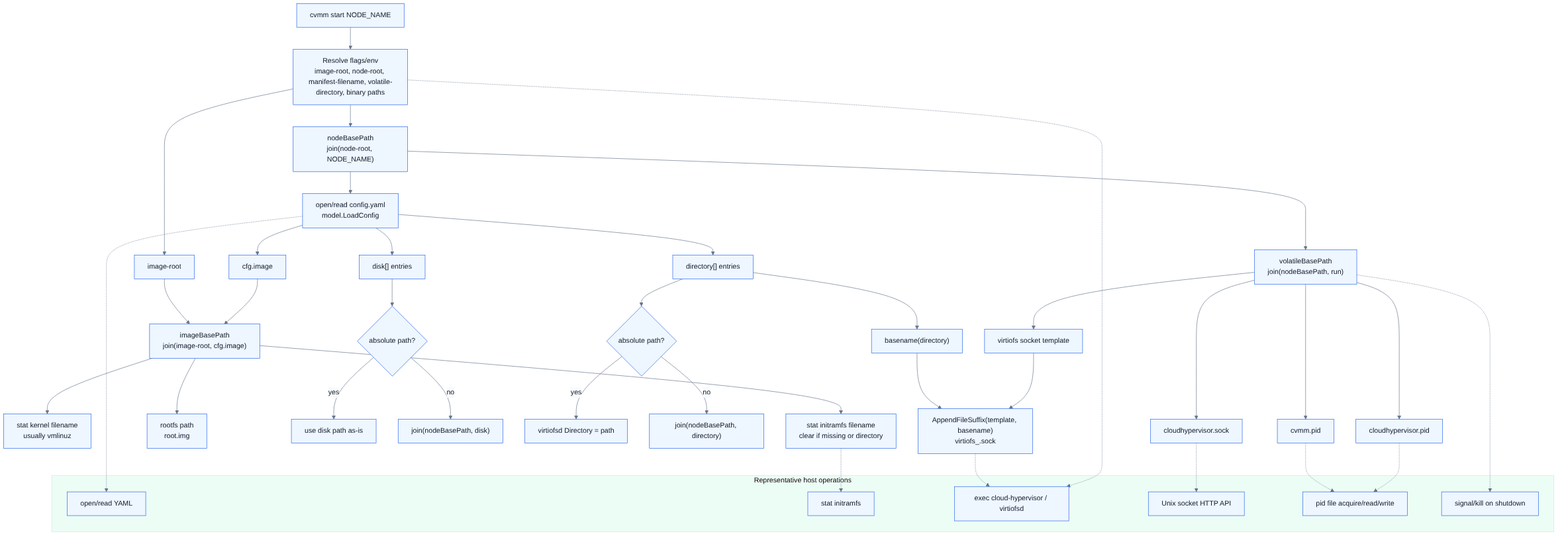
Earlier version of the Mermaid export docs/diagrams/path-resolution.png (spi-ca/cvmm). Its source is kept beside it as docs/diagrams/path-resolution.mmd. The source it was exported from:
```mermaid
flowchart TD
    start["cvmm start NODE_NAME"] --> flags["Resolve flags/env\nimage-root, node-root, manifest-filename, volatile-directory, binary paths"]

    flags --> nodeBase["nodeBasePath\njoin(node-root, NODE_NAME)"]
    nodeBase --> manifest["open/read config.yaml\nmodel.LoadConfig"]
    nodeBase --> runDir["volatileBasePath\njoin(nodeBasePath, run)"]

    flags --> imageRoot["image-root"]
    manifest --> imageName["cfg.image"]
    imageRoot --> imageBase["imageBasePath\njoin(image-root, cfg.image)"]
    imageName --> imageBase

    imageBase --> statKernel["stat kernel filename\nusually vmlinuz"]
    imageBase --> statInitrd["stat initramfs filename\nclear if missing or directory"]
    imageBase --> rootfs["rootfs path\nroot.img"]

    manifest --> disks["disk[] entries"]
    disks --> diskRel{"absolute path?"}
    diskRel -- yes --> diskAbs["use disk path as-is"]
    diskRel -- no --> diskNode["join(nodeBasePath, disk)"]

    manifest --> shares["directory[] entries"]
    shares --> shareRel{"absolute path?"}
    shareRel -- yes --> shareAbs["virtiofsd Directory = path"]
    shareRel -- no --> shareNode["join(nodeBasePath, directory)"]
    shares --> basename["basename(directory)"]

    runDir --> pid["cvmm.pid"]
    runDir --> chPid["cloudhypervisor.pid"]
    runDir --> apiSock["cloudhypervisor.sock"]
    runDir --> vfsTemplate["virtiofs socket template"]
    basename --> vfsSock["AppendFileSuffix(template, basename)\nvirtiofs_<name>.sock"]
    vfsTemplate --> vfsSock

    subgraph syscalls["Representative host operations"]
        open["open/read YAML"]
        stat["stat initramfs"]
        exec["exec cloud-hypervisor / virtiofsd"]
        unixSock["Unix socket HTTP API"]
        pidfile["pid file acquire/read/write"]
        signal["signal/kill on shutdown"]
    end

    manifest -.-> open
    statInitrd -.-> stat
    apiSock -.-> unixSock
    pid -.-> pidfile
    chPid -.-> pidfile
    vfsSock -.-> exec
    flags -.-> exec
    runDir -.-> signal
```
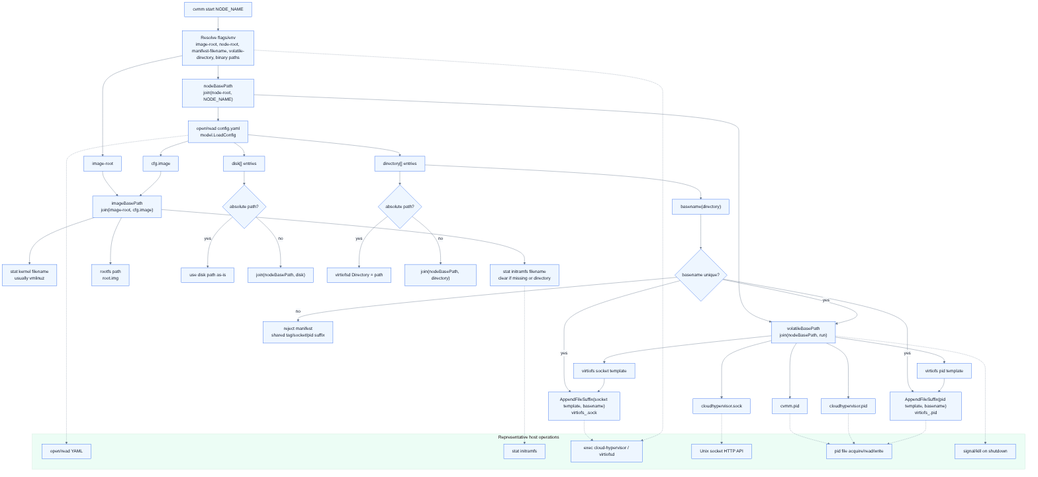
After the change.

Diff of the diagram source:
```diff
@@ -24,13 +24,19 @@
     shareRel -- yes --> shareAbs["virtiofsd Directory = path"]
     shareRel -- no --> shareNode["join(nodeBasePath, directory)"]
     shares --> basename["basename(directory)"]
+    basename --> basenameUnique{"basename unique?"}
+    basenameUnique -- no --> rejectShare["reject manifest\nshared tag/socket/pid suffix"]
+    basenameUnique -- yes --> runDir
 
     runDir --> pid["cvmm.pid"]
     runDir --> chPid["cloudhypervisor.pid"]
     runDir --> apiSock["cloudhypervisor.sock"]
     runDir --> vfsTemplate["virtiofs socket template"]
-    basename --> vfsSock["AppendFileSuffix(template, basename)\nvirtiofs_<name>.sock"]
+    runDir --> vfsPidTemplate["virtiofs pid template"]
+    basenameUnique -- yes --> vfsSock["AppendFileSuffix(socket template, basename)\nvirtiofs_<name>.sock"]
+    basenameUnique -- yes --> vfsPid["AppendFileSuffix(pid template, basename)\nvirtiofs_<name>.pid"]
     vfsTemplate --> vfsSock
+    vfsPidTemplate --> vfsPid
 
     subgraph syscalls["Representative host operations"]
         open["open/read YAML"]
@@ -47,5 +53,6 @@
     pid -.-> pidfile
     chPid -.-> pidfile
     vfsSock -.-> exec
+    vfsPid -.-> pidfile
     flags -.-> exec
     runDir -.-> signal
```
